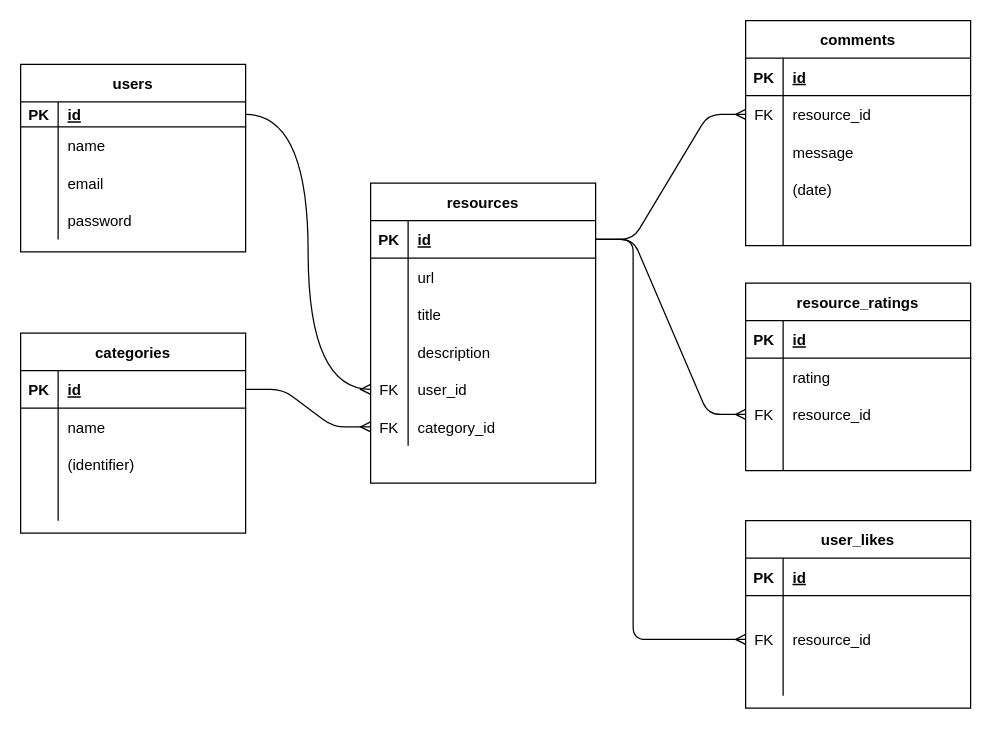
This is page "Page-2" (2 of 8) of Untitled Diagram.drawio from emtrann/resource-wall, a draw.io file, before an edit. Source tidied: cells renumbered, new cells numbered last; positions are measured from the earlier drawing's top-left corner, leaving out a move shared by most shapes. Both pictures are drawn from the tidied source at 125%, with x=0, y=0 at pixel (20, 20).
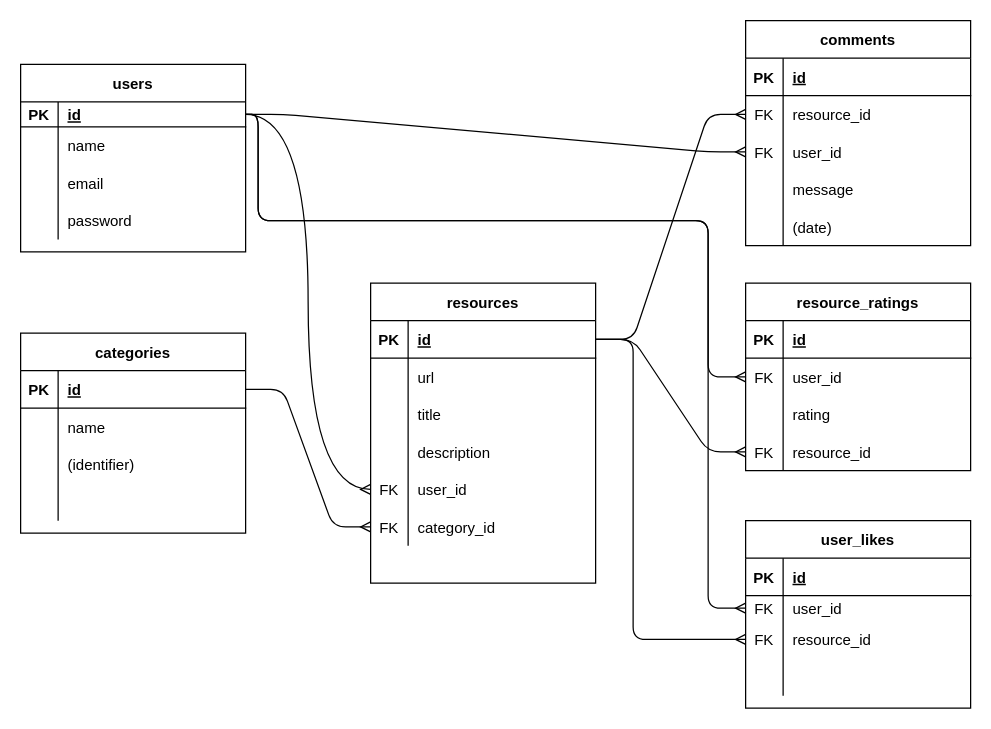
Above is the later version.

The change refers to these unchanged cells:
```xml
<mxCell id="8" style="shape=partialRectangle;fillColor=none;top=0;left=0;bottom=1;right=0;points=[[0,0.5],[1,0.5]];portConstraint=eastwest;" parent="7" vertex="1">
  <mxGeometry y="30" width="180" height="20" as="geometry" />
</mxCell>
<mxCell id="33" value="comments" style="shape=table;startSize=30;childLayout=tableLayout;rowLines=0;fontStyle=1;align=center;" parent="1" vertex="1">
  <mxGeometry x="580" width="180" height="180" as="geometry" />
</mxCell>
<mxCell id="53" style="shape=partialRectangle;fillColor=none;top=0;left=0;bottom=0;right=0;points=[[0,0.5],[1,0.5]];portConstraint=eastwest;" parent="49" vertex="1">
  <mxGeometry y="60" width="180" height="20" as="geometry" />
</mxCell>
<mxCell id="56" style="shape=partialRectangle;fillColor=none;top=0;left=0;bottom=0;right=0;points=[[0,0.5],[1,0.5]];portConstraint=eastwest;" parent="49" vertex="1">
  <mxGeometry y="80" width="180" height="30" as="geometry" />
</mxCell>
<mxCell id="62" value="resource_ratings" style="shape=table;startSize=30;childLayout=tableLayout;rowLines=0;fontStyle=1;align=center;" parent="1" vertex="1">
  <mxGeometry x="580" y="210" width="180" height="150" as="geometry" />
</mxCell>
<mxCell id="77" style="shape=partialRectangle;fillColor=none;top=0;left=0;bottom=1;right=0;points=[[0,0.5],[1,0.5]];portConstraint=eastwest;" parent="76" vertex="1">
  <mxGeometry y="30" width="180" height="30" as="geometry" />
</mxCell>
```

Change to the diagram source:
```diff
@@
     <mxCell id="6" style="edgeStyle=orthogonalEdgeStyle;fontSize=12;html=1;endArrow=ERmany;exitX=1;exitY=0.5;exitDx=0;exitDy=0;entryX=0;entryY=0.5;entryDx=0;entryDy=0;" parent="1" edge="1" source="77" target="56">
       <mxGeometry relative="1" as="geometry">
         <Array as="points">
-          <mxPoint x="490" y="175" />
+          <mxPoint x="490" y="255" />
           <mxPoint x="490" y="495" />
         </Array>
       </mxGeometry>
     </mxCell>
@@
+    <mxCell id="46" style="shape=partialRectangle;fillColor=none;top=0;left=0;bottom=0;right=0;points=[[0,0.5],[1,0.5]];portConstraint=eastwest;" parent="33" vertex="1">
+      <mxGeometry y="90" width="180" height="30" as="geometry" />
+    </mxCell>
+    <mxCell id="47" value="FK" style="shape=partialRectangle;fillColor=none;top=0;left=0;bottom=0;right=0;overflow=hidden;" parent="46" vertex="1">
+      <mxGeometry width="30" height="30" as="geometry" />
+    </mxCell>
+    <mxCell id="48" value="user_id" style="shape=partialRectangle;fillColor=none;top=0;left=0;bottom=0;right=0;align=left;spacingLeft=6;overflow=hidden;" parent="46" vertex="1">
+      <mxGeometry x="30" width="150" height="30" as="geometry" />
+    </mxCell>
     <mxCell id="40" style="shape=partialRectangle;fillColor=none;top=0;left=0;bottom=0;right=0;" parent="33" vertex="1">
-      <mxGeometry y="90" width="180" height="30" as="geometry" />
+      <mxGeometry y="120" width="180" height="30" as="geometry" />
     </mxCell>
@@
     <mxCell id="43" style="shape=partialRectangle;fillColor=none;top=0;left=0;bottom=0;right=0;" parent="33" vertex="1">
-      <mxGeometry y="120" width="180" height="30" as="geometry" />
+      <mxGeometry y="150" width="180" height="30" as="geometry" />
     </mxCell>
@@
-    <mxCell id="46" style="shape=partialRectangle;fillColor=none;top=0;left=0;bottom=0;right=0;points=[[0,0.5],[1,0.5]];portConstraint=eastwest;" parent="33" vertex="1">
-      <mxGeometry y="150" width="180" height="30" as="geometry" />
-    </mxCell>
-    <mxCell id="47" style="shape=partialRectangle;fillColor=none;top=0;left=0;bottom=0;right=0;overflow=hidden;" parent="46" vertex="1">
-      <mxGeometry width="30" height="30" as="geometry" />
-    </mxCell>
-    <mxCell id="48" style="shape=partialRectangle;fillColor=none;top=0;left=0;bottom=0;right=0;align=left;spacingLeft=6;overflow=hidden;" parent="46" vertex="1">
-      <mxGeometry x="30" width="150" height="30" as="geometry" />
-    </mxCell>
@@
-    <mxCell id="54" style="shape=partialRectangle;fillColor=none;top=0;left=0;bottom=0;right=0;overflow=hidden;" parent="53" vertex="1">
+    <mxCell id="54" value="FK" style="shape=partialRectangle;fillColor=none;top=0;left=0;bottom=0;right=0;overflow=hidden;" parent="53" vertex="1">
       <mxGeometry width="30" height="20" as="geometry" />
     </mxCell>
-    <mxCell id="55" style="shape=partialRectangle;fillColor=none;top=0;left=0;bottom=0;right=0;align=left;spacingLeft=6;overflow=hidden;" parent="53" vertex="1">
+    <mxCell id="55" value="user_id" style="shape=partialRectangle;fillColor=none;top=0;left=0;bottom=0;right=0;align=left;spacingLeft=6;overflow=hidden;" parent="53" vertex="1">
       <mxGeometry x="30" width="150" height="20" as="geometry" />
     </mxCell>
@@
+    <mxCell id="72" style="shape=partialRectangle;fillColor=none;top=0;left=0;bottom=0;right=0;points=[[0,0.5],[1,0.5]];portConstraint=eastwest;" parent="62" vertex="1">
+      <mxGeometry y="60" width="180" height="30" as="geometry" />
+    </mxCell>
+    <mxCell id="73" value="FK" style="shape=partialRectangle;fillColor=none;top=0;left=0;bottom=0;right=0;overflow=hidden;" parent="72" vertex="1">
+      <mxGeometry width="30" height="30" as="geometry" />
+    </mxCell>
+    <mxCell id="74" value="user_id" style="shape=partialRectangle;fillColor=none;top=0;left=0;bottom=0;right=0;align=left;spacingLeft=6;overflow=hidden;" parent="72" vertex="1">
+      <mxGeometry x="30" width="150" height="30" as="geometry" />
+    </mxCell>
     <mxCell id="66" style="shape=partialRectangle;fillColor=none;top=0;left=0;bottom=0;right=0;" parent="62" vertex="1">
-      <mxGeometry y="60" width="180" height="30" as="geometry" />
+      <mxGeometry y="90" width="180" height="30" as="geometry" />
     </mxCell>
@@
     <mxCell id="69" style="shape=partialRectangle;fillColor=none;top=0;left=0;bottom=0;right=0;points=[[0,0.5],[1,0.5]];portConstraint=eastwest;" parent="62" vertex="1">
-      <mxGeometry y="90" width="180" height="30" as="geometry" />
+      <mxGeometry y="120" width="180" height="30" as="geometry" />
     </mxCell>
@@
-    <mxCell id="72" style="shape=partialRectangle;fillColor=none;top=0;left=0;bottom=0;right=0;points=[[0,0.5],[1,0.5]];portConstraint=eastwest;" parent="62" vertex="1">
-      <mxGeometry y="120" width="180" height="30" as="geometry" />
-    </mxCell>
-    <mxCell id="73" style="shape=partialRectangle;fillColor=none;top=0;left=0;bottom=0;right=0;overflow=hidden;" parent="72" vertex="1">
-      <mxGeometry width="30" height="30" as="geometry" />
-    </mxCell>
-    <mxCell id="74" style="shape=partialRectangle;fillColor=none;top=0;left=0;bottom=0;right=0;align=left;spacingLeft=6;overflow=hidden;" parent="72" vertex="1">
-      <mxGeometry x="30" width="150" height="30" as="geometry" />
-    </mxCell>
@@
     <mxCell id="76" value="resources" style="shape=table;startSize=30;childLayout=tableLayout;rowLines=0;fontStyle=1;align=center;" parent="1" vertex="1">
-      <mxGeometry x="280" y="130" width="180" height="240" as="geometry" />
+      <mxGeometry x="280" y="210" width="180" height="240" as="geometry" />
     </mxCell>
@@
+    <mxCell id="95" style="edgeStyle=orthogonalEdgeStyle;fontSize=12;html=1;endArrow=ERmany;exitX=1;exitY=0.5;exitDx=0;exitDy=0;entryX=0;entryY=0.5;entryDx=0;entryDy=0;" parent="1" edge="1" source="8" target="72">
+      <mxGeometry relative="1" as="geometry">
+        <Array as="points">
+          <mxPoint x="190" y="75" />
+          <mxPoint x="190" y="160" />
+          <mxPoint x="550" y="160" />
+          <mxPoint x="550" y="285" />
+        </Array>
+      </mxGeometry>
+    </mxCell>
+    <mxCell id="96" style="edgeStyle=entityRelationEdgeStyle;fontSize=12;html=1;endArrow=ERmany;exitX=1;exitY=0.5;exitDx=0;exitDy=0;entryX=0;entryY=0.5;entryDx=0;entryDy=0;" parent="1" edge="1" source="8" target="46">
+      <mxGeometry relative="1" as="geometry" />
+    </mxCell>
+    <mxCell id="97" style="edgeStyle=orthogonalEdgeStyle;fontSize=12;html=1;endArrow=ERmany;exitX=1;exitY=0.5;exitDx=0;exitDy=0;entryX=0;entryY=0.5;entryDx=0;entryDy=0;" parent="1" edge="1" source="8" target="53">
+      <mxGeometry relative="1" as="geometry">
+        <Array as="points">
+          <mxPoint x="190" y="75" />
+          <mxPoint x="190" y="160" />
+          <mxPoint x="550" y="160" />
+          <mxPoint x="550" y="470" />
+        </Array>
+      </mxGeometry>
+    </mxCell>
```
